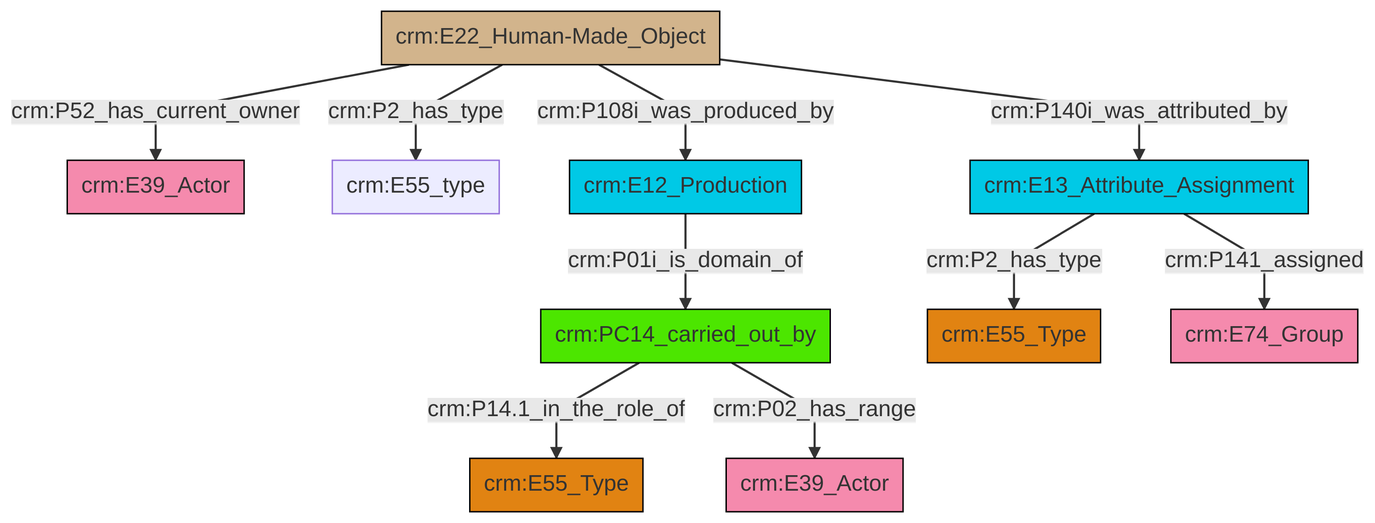
Earlier version of the Mermaid export et/builtWorkCSV/ttl/mmd/png/Built_Work_actor_relations.png (swiss-art-research-net/reference-data-models). Its source is kept beside it as et/builtWorkCSV/ttl/mmd/Built_Work_actor_relations.ttl.mmd.
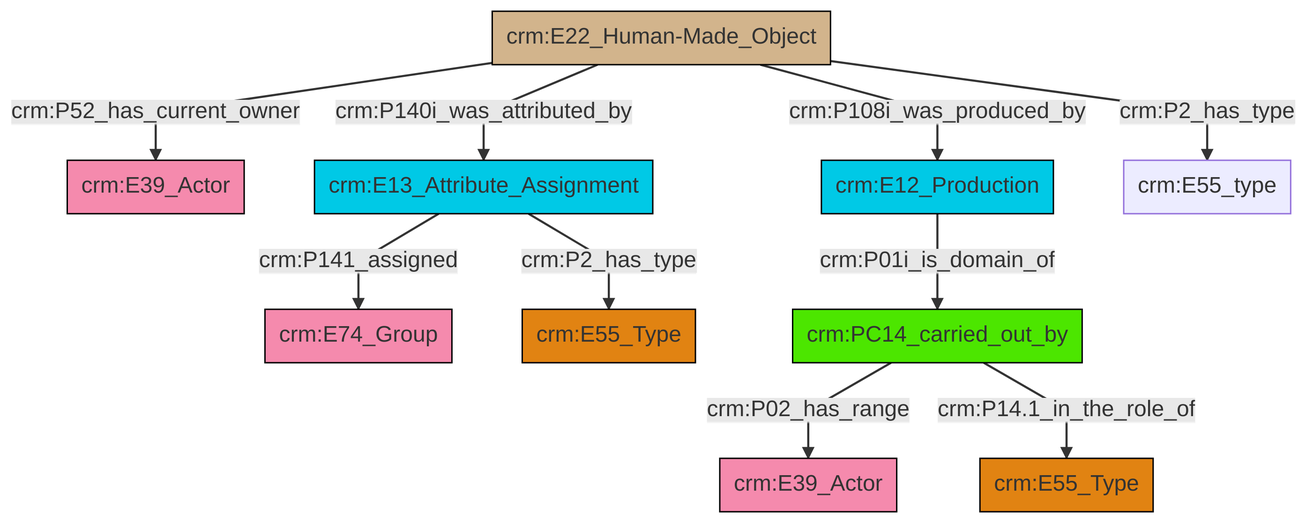
After the change.

Diff of the diagram source:
```diff
@@ -13,12 +13,12 @@
 classDef PC_Classes fill:#4ce600, stroke:#000000;
 classDef Multi fill:#cccccc,stroke:#000000;
 
-2["crm:E13_Attribute_Assignment"]:::Temporal_Entity -->|crm:P2_has_type| 0["crm:E55_Type"]:::Type
-3["crm:E22_Human-Made_Object"]:::Physical_Thing -->|crm:P52_has_current_owner| 5["crm:E39_Actor"]:::Actor
-7["crm:PC14_carried_out_by"]:::PC_Classes -->|crm:P14.1_in_the_role_of| 8["crm:E55_Type"]:::Type
-7["crm:PC14_carried_out_by"]:::PC_Classes -->|crm:P02_has_range| 9["crm:E39_Actor"]:::Actor
-3["crm:E22_Human-Made_Object"]:::Physical_Thing -->|crm:P2_has_type| 11["crm:E55_type"]:::Default
-3["crm:E22_Human-Made_Object"]:::Physical_Thing -->|crm:P108i_was_produced_by| 14["crm:E12_Production"]:::Temporal_Entity
-2["crm:E13_Attribute_Assignment"]:::Temporal_Entity -->|crm:P141_assigned| 12["crm:E74_Group"]:::Actor
-14["crm:E12_Production"]:::Temporal_Entity -->|crm:P01i_is_domain_of| 7["crm:PC14_carried_out_by"]:::PC_Classes
-3["crm:E22_Human-Made_Object"]:::Physical_Thing -->|crm:P140i_was_attributed_by| 2["crm:E13_Attribute_Assignment"]:::Temporal_Entity
+2["crm:PC14_carried_out_by"]:::PC_Classes -->|crm:P02_has_range| 3["crm:E39_Actor"]:::Actor
+2["crm:PC14_carried_out_by"]:::PC_Classes -->|crm:P14.1_in_the_role_of| 10["crm:E55_Type"]:::Type
+6["crm:E22_Human-Made_Object"]:::Physical_Thing -->|crm:P52_has_current_owner| 11["crm:E39_Actor"]:::Actor
+4["crm:E13_Attribute_Assignment"]:::Temporal_Entity -->|crm:P141_assigned| 0["crm:E74_Group"]:::Actor
+12["crm:E12_Production"]:::Temporal_Entity -->|crm:P01i_is_domain_of| 2["crm:PC14_carried_out_by"]:::PC_Classes
+6["crm:E22_Human-Made_Object"]:::Physical_Thing -->|crm:P140i_was_attributed_by| 4["crm:E13_Attribute_Assignment"]:::Temporal_Entity
+6["crm:E22_Human-Made_Object"]:::Physical_Thing -->|crm:P108i_was_produced_by| 12["crm:E12_Production"]:::Temporal_Entity
+6["crm:E22_Human-Made_Object"]:::Physical_Thing -->|crm:P2_has_type| 8["crm:E55_type"]:::Default
+4["crm:E13_Attribute_Assignment"]:::Temporal_Entity -->|crm:P2_has_type| 16["crm:E55_Type"]:::Type
```
